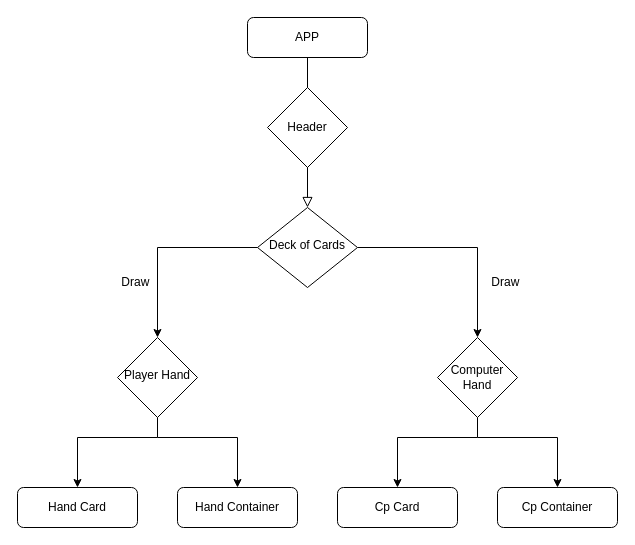
Above: Untitled Diagram.drawio in djmcgrath/Go-Fish (draw.io), before the change. Source tidied: cells renumbered, new cells numbered last; positions are measured from the earlier drawing's top-left corner, leaving out a move shared by most shapes. Both pictures are drawn from the tidied source at 100%, with x=0, y=0 at pixel (17, 17).
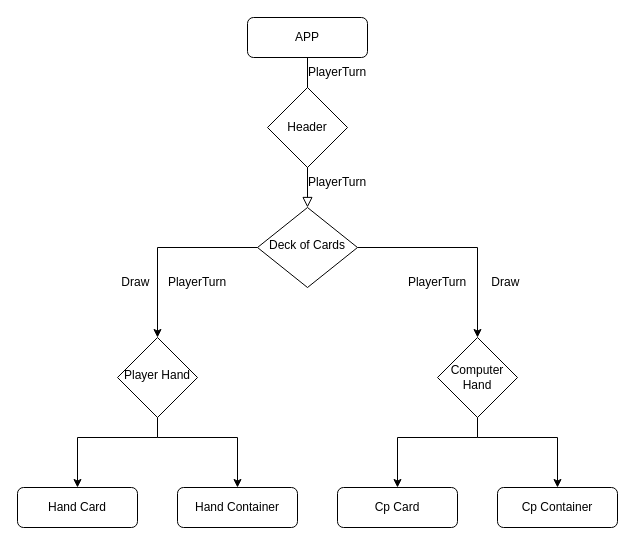
The same page after the edit.

What changed in the source:
```diff
@@
+    <mxCell id="21" value="PlayerTurn" style="text;html=1;strokeColor=none;fillColor=none;align=center;verticalAlign=middle;whiteSpace=wrap;rounded=0;" parent="1" vertex="1">
+      <mxGeometry x="290" y="40" width="60" height="30" as="geometry" />
+    </mxCell>
+    <mxCell id="22" value="PlayerTurn" style="text;html=1;strokeColor=none;fillColor=none;align=center;verticalAlign=middle;whiteSpace=wrap;rounded=0;" parent="1" vertex="1">
+      <mxGeometry x="290" y="150" width="60" height="30" as="geometry" />
+    </mxCell>
+    <mxCell id="23" value="PlayerTurn" style="text;html=1;strokeColor=none;fillColor=none;align=center;verticalAlign=middle;whiteSpace=wrap;rounded=0;" parent="1" vertex="1">
+      <mxGeometry x="150" y="250" width="60" height="30" as="geometry" />
+    </mxCell>
+    <mxCell id="24" value="PlayerTurn" style="text;html=1;strokeColor=none;fillColor=none;align=center;verticalAlign=middle;whiteSpace=wrap;rounded=0;" parent="1" vertex="1">
+      <mxGeometry x="390" y="250" width="60" height="30" as="geometry" />
+    </mxCell>
```
